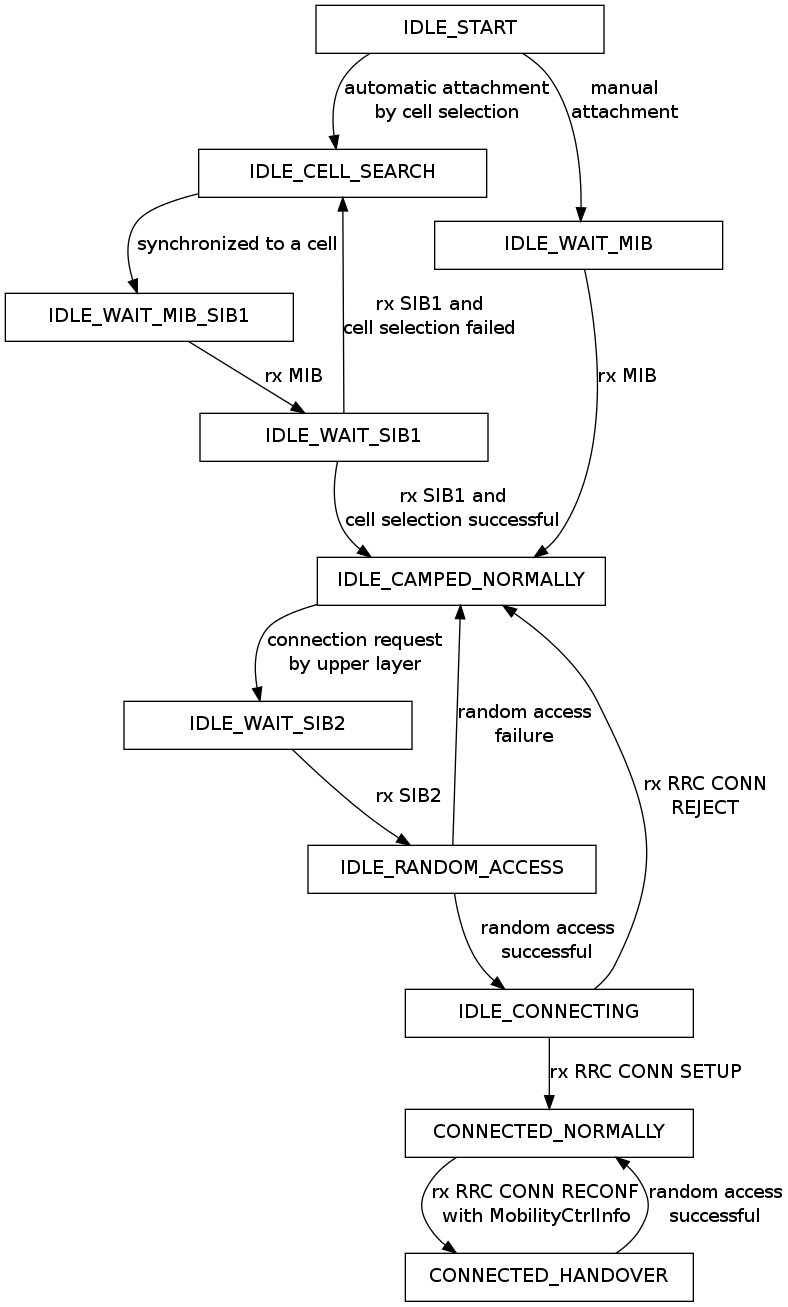
Earlier version of the Graphviz export src/lte/doc/source/figures/lte-ue-rrc-states.png (confifu/wifiSlicing). Its source is kept beside it as src/lte/doc/source/figures/lte-ue-rrc-states.dot.
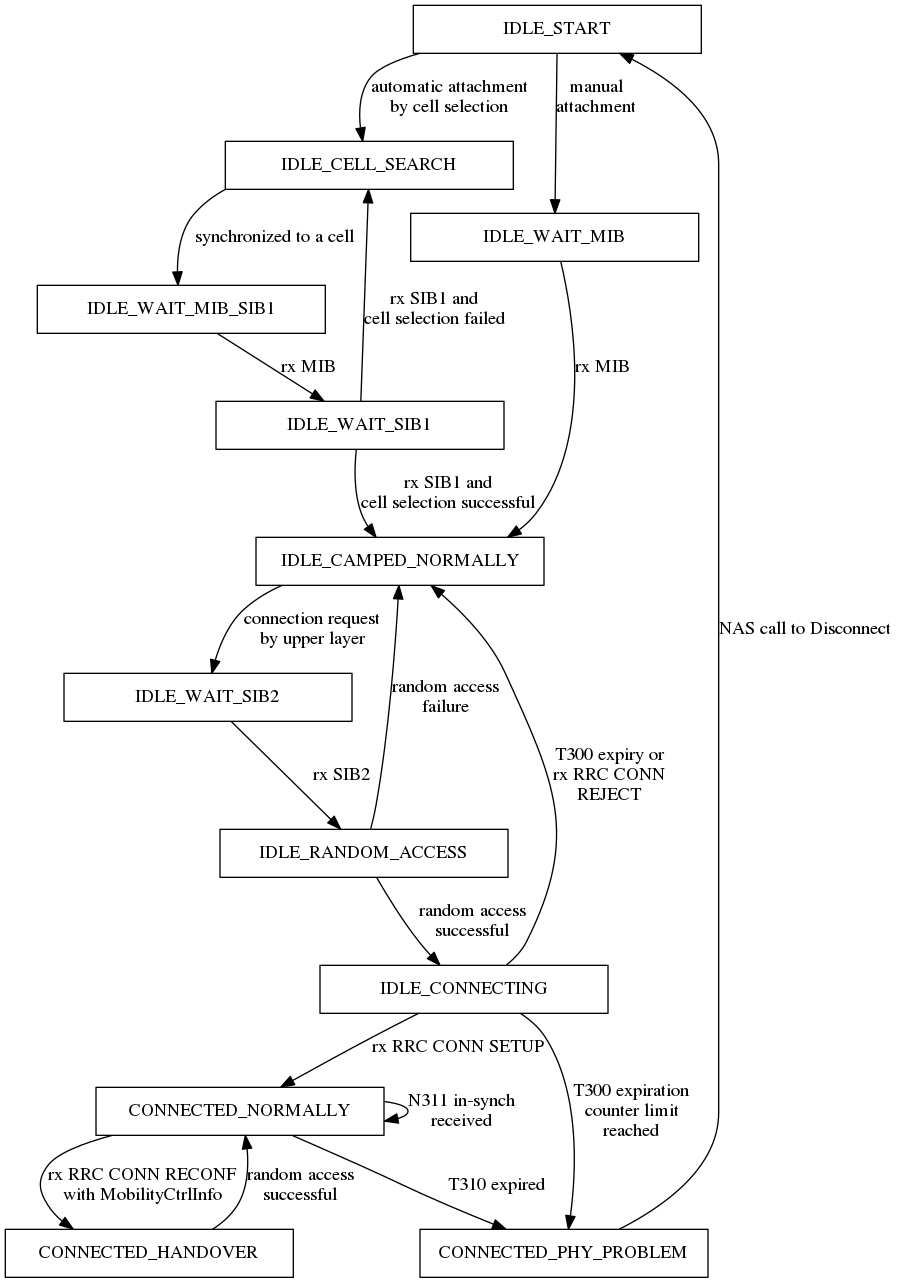
Later version of the same file.

The edit, as a diff of the source:
```diff
@@ -12,6 +12,7 @@
 IDLE_CONNECTING [shape="box",width=3]
 CONNECTED_NORMALLY [shape="box",width=3]
 CONNECTED_HANDOVER [shape="box",width=3]
+CONNECTED_PHY_PROBLEM [shape="box",width=3]
 
 
 IDLE_START -> IDLE_WAIT_MIB [label="manual\nattachment"]
@@ -32,4 +33,10 @@
 CONNECTED_NORMALLY -> CONNECTED_HANDOVER [label="rx RRC CONN RECONF\nwith MobilityCtrlInfo"]
 CONNECTED_HANDOVER -> CONNECTED_NORMALLY [label="random access\nsuccessful"]
 
+CONNECTED_NORMALLY -> CONNECTED_NORMALLY [label="N311 in-synch\nreceived"]
+CONNECTED_NORMALLY -> CONNECTED_PHY_PROBLEM [label="T310 expired"]
+CONNECTED_PHY_PROBLEM -> IDLE_START [label="NAS call to Disconnect"]
+
+IDLE_CONNECTING -> CONNECTED_PHY_PROBLEM [label="T300 expiration\ncounter limit\nreached"]
+
 }
```
